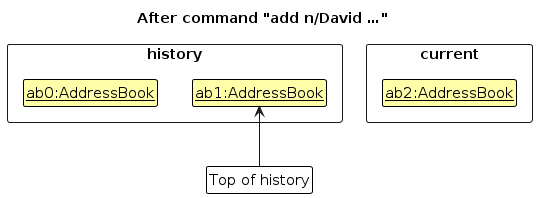
Earlier version of the PlantUML export diagrams/UndoRedoState2.png (AY2627S1-CS2103T-T08-4/tp). Its source is kept beside it as diagrams/UndoRedoState2.puml.
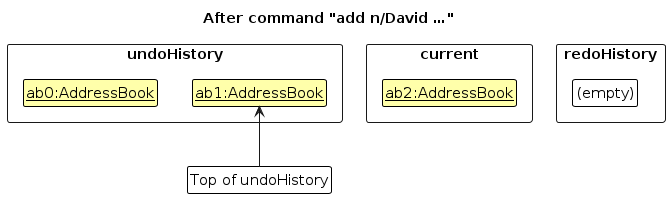
The same diagram one commit later.

Change to the diagram source:
```diff
@@ -6,19 +6,23 @@
 
 title After command "add n/David …"
 
-package "history" <<rectangle>> {
-    class H1 as "<u>ab0:AddressBook</u>"
-    class H2 as "<u>ab1:AddressBook</u>"
+package "undoHistory" <<rectangle>> {
+    class U1 as "<u>ab0:AddressBook</u>"
+    class U2 as "<u>ab1:AddressBook</u>"
 }
-
-H1 -[hidden]right-> H2
 
 package "current" <<rectangle>> {
     class Current as "<u>ab2:AddressBook</u>"
 }
 
-H2 -[hidden]right-> Current
+package "redoHistory" <<rectangle>> {
+    class R0 as "(empty)" #FFFFFF
+}
 
-class Top as "Top of history" #FFFFFF
-Top -up-> H2
+U1 -[hidden]right-> U2
+U2 -[hidden]right-> Current
+Current -[hidden]right-> R0
+
+class UndoTop as "Top of undoHistory" #FFFFFF
+UndoTop -up-> U2
 @enduml
```
